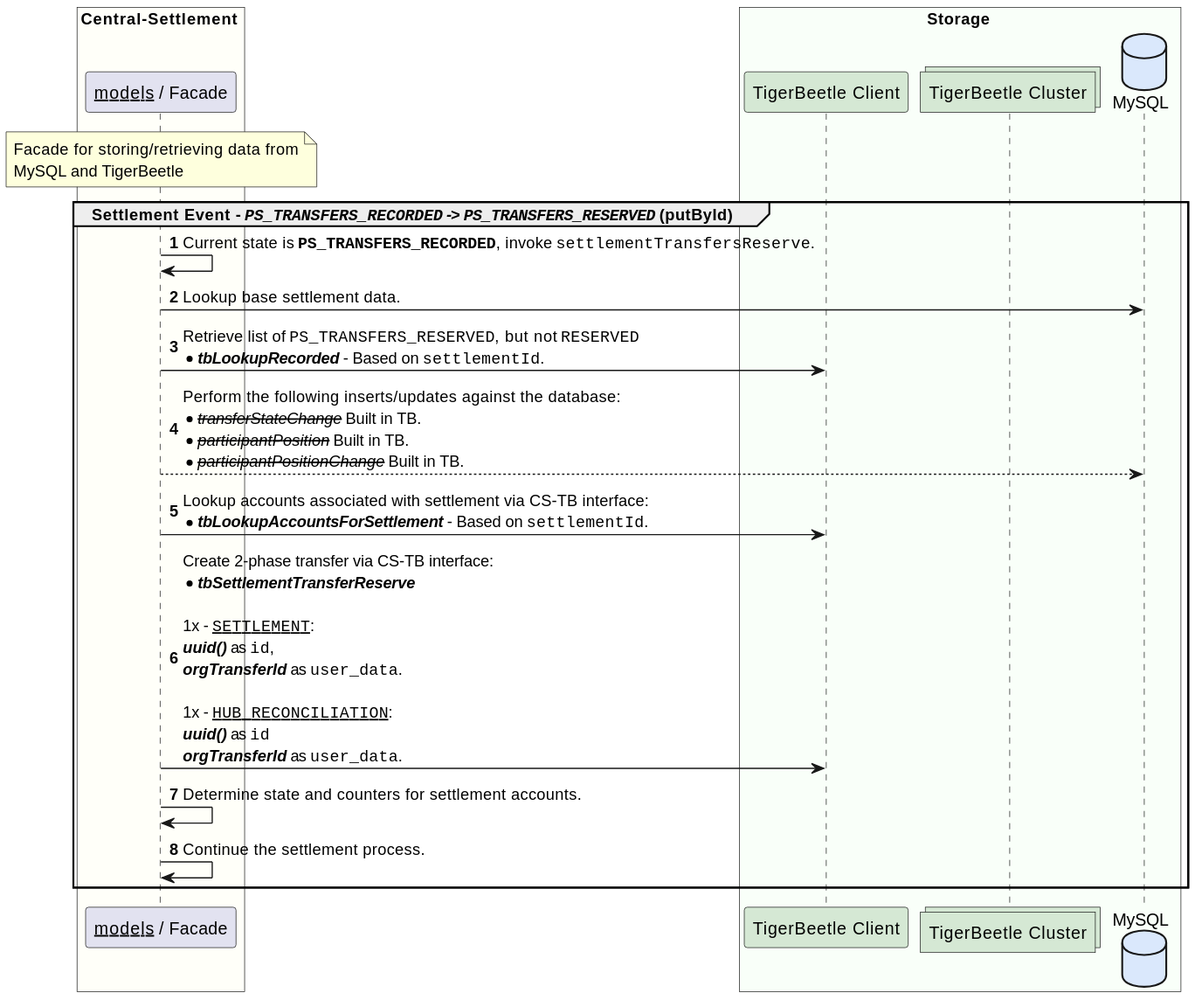
Before: solution_design/sequence-settlement-tb-enabled-update-by-id-02.svg, a diagram exported from PlantUML (coilhq/mucoa).
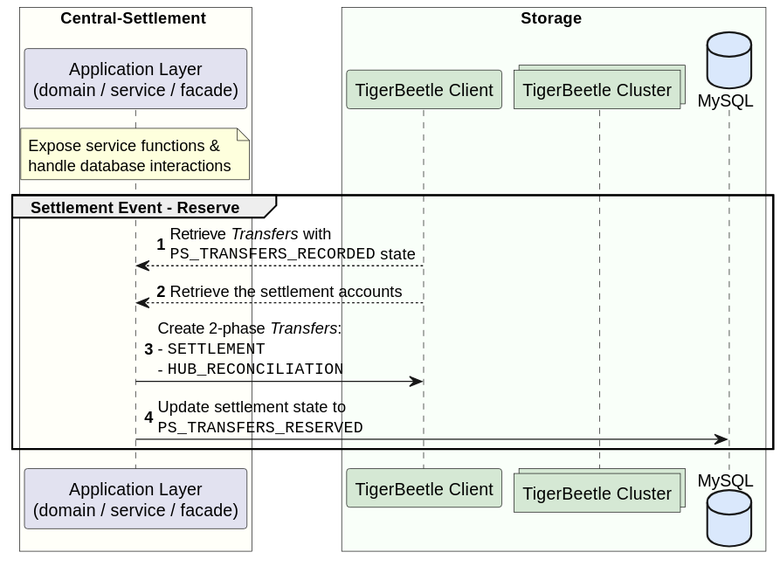
The same diagram one commit later.

Change to the diagram source:
```diff
@@ -1,30 +1,26 @@
 @startuml
 
 box Central-Settlement #FFFFF9
-    participant "__models__ / Facade" as cs_facade
+    participant "Application Layer\n(domain / service / facade)" as cs_domain
 
-    note over cs_facade
-        Facade for storing/retrieving data from
-        MySQL and TigerBeetle
+    note over cs_domain
+        Expose service functions &
+        handle database interactions
     end note
 end box
 
 box Storage #F9FFF9
 	participant "TigerBeetle Client" as tb_client #D5E8D4
 	collections "TigerBeetle Cluster" as tb_nodes #D5E8D4
-	database "MySQL" as cl_db #DAE8FC
+	database "MySQL" as cs_db #DAE8FC
 end box
 
 autonumber
-group Settlement Event - //""PS_TRANSFERS_RECORDED"" -> ""PS_TRANSFERS_RESERVED""// (putById)
-    cs_facade -> cs_facade : Current state is **""PS_TRANSFERS_RECORDED""**, invoke ""settlementTransfersReserve"".
-    cs_facade -> cl_db : Lookup base settlement data.
-    cs_facade -> tb_client : Retrieve list of ""PS_TRANSFERS_RESERVED"", but not ""RESERVED""\n*//**tbLookupRecorded**// - Based on ""settlementId"".
-    cs_facade --> cl_db : Perform the following inserts/updates against the database:\n*--//transferStateChange//-- Built in TB.\n*--//participantPosition//-- Built in TB.\n*--//participantPositionChange//-- Built in TB.
-    cs_facade -> tb_client : Lookup accounts associated with settlement via CS-TB interface:\n*//**tbLookupAccountsForSettlement**// - Based on ""settlementId"".
-    cs_facade -> tb_client : Create 2-phase transfer via CS-TB interface:\n*//**tbSettlementTransferReserve**//\n\n1x - __""SETTLEMENT""__:\n**//uuid()//** as ""id"",\n**//orgTransferId//** as ""user_data"".\n\n1x - __""HUB_RECONCILIATION""__:\n**//uuid()//** as ""id""\n**//orgTransferId//** as ""user_data"".
-    cs_facade -> cs_facade : Determine state and counters for settlement accounts.
-    cs_facade -> cs_facade : Continue the settlement process.
+group Settlement Event - Reserve
+    cs_domain <-- tb_client : Retrieve //Transfers// with \n""PS_TRANSFERS_RECORDED"" state
+    cs_domain <-- tb_client : Retrieve the settlement accounts
+    cs_domain -> tb_client : Create 2-phase //Transfers//:\n- ""SETTLEMENT""\n- ""HUB_RECONCILIATION""
+    cs_domain -> cs_db : Update settlement state to \n""PS_TRANSFERS_RESERVED""
 end
 
 @enduml
```
